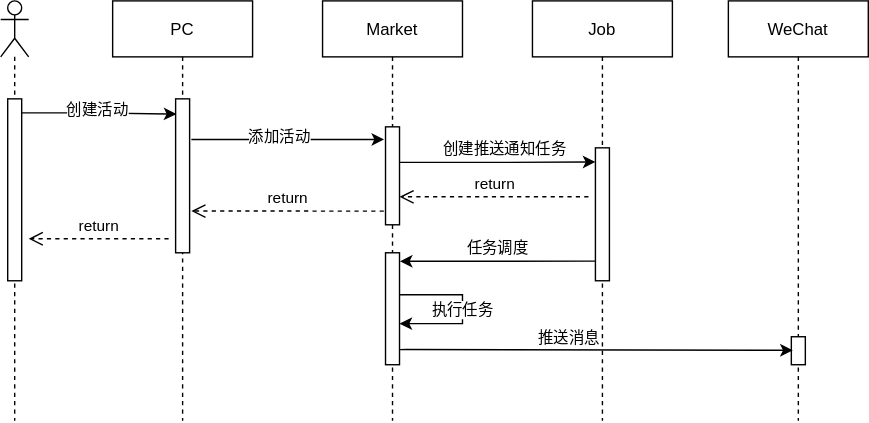
Before: Fission Activity.svg, a diagram exported from draw.io (jingwux/diagrams). Source tidied: cells renumbered, new cells last; positions are measured from the earlier drawing's top-left corner, leaving out a move shared by most shapes.
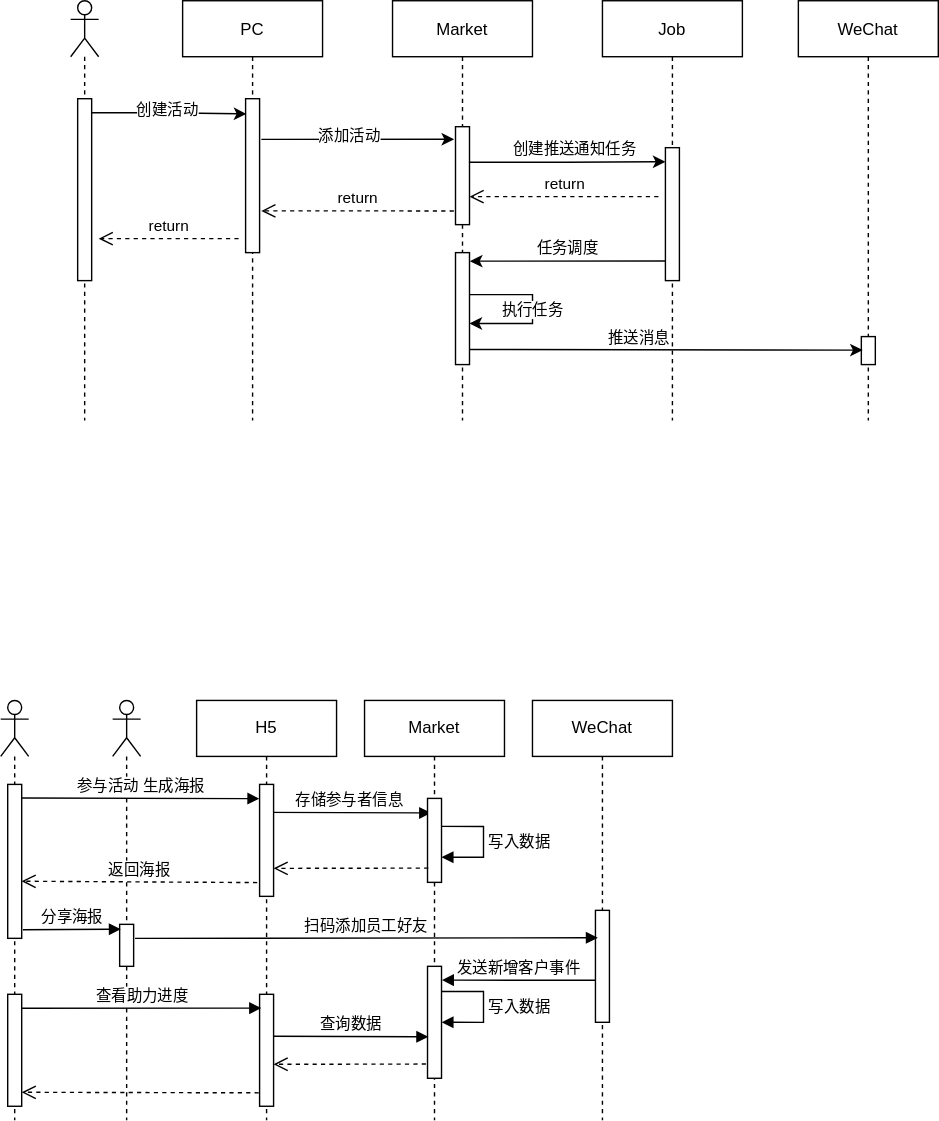
After the change.

Diff of the diagram source:
```diff
@@ -109,5 +109,113 @@
         <mxPoint x="20" y="170" as="targetPoint" />
       </mxGeometry>
     </mxCell>
+    <mxCell id="27" style="shape=umlLifeline;participant=umlActor;perimeter=lifelinePerimeter;whiteSpace=wrap;html=1;verticalAlign=top;spacingTop=36;" parent="1" vertex="1">
+      <mxGeometry x="30" y="500" width="20" height="300" as="geometry" />
+    </mxCell>
+    <mxCell id="28" style="html=1;points=[];perimeter=orthogonalPerimeter;" parent="27" vertex="1">
+      <mxGeometry x="5" y="160" width="10" height="30" as="geometry" />
+    </mxCell>
+    <mxCell id="29" value="H5" style="shape=umlLifeline;perimeter=lifelinePerimeter;whiteSpace=wrap;html=1;" parent="1" vertex="1">
+      <mxGeometry x="90" y="500" width="100" height="300" as="geometry" />
+    </mxCell>
+    <mxCell id="30" style="html=1;points=[];perimeter=orthogonalPerimeter;" parent="29" vertex="1">
+      <mxGeometry x="45" y="210" width="10" height="80" as="geometry" />
+    </mxCell>
+    <mxCell id="31" value="Market" style="shape=umlLifeline;perimeter=lifelinePerimeter;whiteSpace=wrap;html=1;outlineConnect=0;" parent="1" vertex="1">
+      <mxGeometry x="210" y="500" width="100" height="300" as="geometry" />
+    </mxCell>
+    <mxCell id="32" value="WeChat" style="shape=umlLifeline;perimeter=lifelinePerimeter;whiteSpace=wrap;html=1;" parent="1" vertex="1">
+      <mxGeometry x="330" y="500" width="100" height="300" as="geometry" />
+    </mxCell>
+    <mxCell id="33" style="shape=umlLifeline;participant=umlActor;perimeter=lifelinePerimeter;whiteSpace=wrap;html=1;verticalAlign=top;spacingTop=36;" parent="1" vertex="1">
+      <mxGeometry x="-50" y="500" width="20" height="300" as="geometry" />
+    </mxCell>
+    <mxCell id="34" style="html=1;perimeter=orthogonalPerimeter;" parent="33" vertex="1">
+      <mxGeometry x="5" y="210" width="10" height="80" as="geometry" />
+    </mxCell>
+    <mxCell id="35" value="存储参与者信息" style="html=1;verticalAlign=bottom;endArrow=block;entryX=0.476;entryY=0.268;entryDx=0;entryDy=0;entryPerimeter=0;" parent="1" edge="1" target="31">
+      <mxGeometry relative="1" as="geometry">
+        <mxPoint x="140" y="580" as="sourcePoint" />
+      </mxGeometry>
+    </mxCell>
+    <mxCell id="36" style="html=1;points=[];perimeter=orthogonalPerimeter;" parent="1" vertex="1">
+      <mxGeometry x="255" y="570" width="10" height="60" as="geometry" />
+    </mxCell>
+    <mxCell id="37" value="写入数据" style="edgeStyle=orthogonalEdgeStyle;html=1;align=left;spacingLeft=2;endArrow=block;rounded=0;" parent="1" edge="1">
+      <mxGeometry relative="1" as="geometry">
+        <mxPoint x="265" y="590" as="sourcePoint" />
+        <mxPoint x="265" y="612" as="targetPoint" />
+        <Array as="points">
+          <mxPoint x="295" y="590" />
+          <mxPoint x="295" y="612" />
+        </Array>
+      </mxGeometry>
+    </mxCell>
+    <mxCell id="38" style="html=1;points=[];perimeter=orthogonalPerimeter;" parent="1" vertex="1">
+      <mxGeometry x="135" y="560" width="10" height="80" as="geometry" />
+    </mxCell>
+    <mxCell id="39" style="html=1;verticalAlign=bottom;endArrow=open;dashed=1;endSize=8;exitX=0.055;exitY=0.83;exitDx=0;exitDy=0;exitPerimeter=0;" parent="1" edge="1" source="36">
+      <mxGeometry relative="1" as="geometry">
+        <mxPoint x="145" y="620" as="targetPoint" />
+      </mxGeometry>
+    </mxCell>
+    <mxCell id="40" style="html=1;points=[];perimeter=orthogonalPerimeter;" parent="1" vertex="1">
+      <mxGeometry x="-45" y="560" width="10" height="110" as="geometry" />
+    </mxCell>
+    <mxCell id="41" value="返回海报" style="html=1;verticalAlign=bottom;endArrow=open;dashed=1;endSize=8;exitX=-0.171;exitY=0.877;exitDx=0;exitDy=0;exitPerimeter=0;entryX=0.99;entryY=0.629;entryDx=0;entryDy=0;entryPerimeter=0;" parent="1" edge="1" source="38" target="40">
+      <mxGeometry relative="1" as="geometry" />
+    </mxCell>
+    <mxCell id="42" value="分享海报" style="html=1;verticalAlign=bottom;endArrow=block;exitX=1.086;exitY=0.944;exitDx=0;exitDy=0;exitPerimeter=0;entryX=0.086;entryY=0.115;entryDx=0;entryDy=0;entryPerimeter=0;" parent="1" edge="1" source="40" target="28">
+      <mxGeometry relative="1" as="geometry" />
+    </mxCell>
+    <mxCell id="43" value="参与活动 生成海报" style="html=1;verticalAlign=bottom;endArrow=block;entryX=-0.014;entryY=0.127;entryDx=0;entryDy=0;entryPerimeter=0;exitX=0.99;exitY=0.088;exitDx=0;exitDy=0;exitPerimeter=0;" parent="1" edge="1" source="40" target="38">
+      <mxGeometry relative="1" as="geometry" />
+    </mxCell>
+    <mxCell id="44" style="html=1;points=[];perimeter=orthogonalPerimeter;" parent="1" vertex="1">
+      <mxGeometry x="375" y="650" width="10" height="80" as="geometry" />
+    </mxCell>
+    <mxCell id="45" value="扫码添加员工好友" style="html=1;verticalAlign=bottom;endArrow=block;entryX=0.171;entryY=0.245;entryDx=0;entryDy=0;entryPerimeter=0;" parent="1" edge="1" target="44">
+      <mxGeometry relative="1" as="geometry">
+        <mxPoint x="46" y="670" as="sourcePoint" />
+      </mxGeometry>
+    </mxCell>
+    <mxCell id="46" style="html=1;points=[];perimeter=orthogonalPerimeter;" parent="1" vertex="1">
+      <mxGeometry x="255" y="690" width="10" height="80" as="geometry" />
+    </mxCell>
+    <mxCell id="47" value="发送新增客户事件" style="html=1;verticalAlign=bottom;endArrow=none;exitX=1.029;exitY=0.123;exitDx=0;exitDy=0;exitPerimeter=0;startArrow=block;startFill=1;endFill=0;" parent="1" edge="1" source="46">
+      <mxGeometry relative="1" as="geometry">
+        <mxPoint x="375" y="700" as="targetPoint" />
+      </mxGeometry>
+    </mxCell>
+    <mxCell id="48" value="写入数据" style="edgeStyle=orthogonalEdgeStyle;html=1;align=left;spacingLeft=2;endArrow=block;rounded=0;" parent="1" edge="1">
+      <mxGeometry relative="1" as="geometry">
+        <mxPoint x="265" y="708" as="sourcePoint" />
+        <mxPoint x="265" y="730" as="targetPoint" />
+        <Array as="points">
+          <mxPoint x="295" y="708" />
+          <mxPoint x="295" y="730" />
+        </Array>
+      </mxGeometry>
+    </mxCell>
+    <mxCell id="49" value="查看助力进度" style="html=1;verticalAlign=bottom;endArrow=block;entryX=0.114;entryY=0.123;entryDx=0;entryDy=0;entryPerimeter=0;" parent="1" edge="1" target="30">
+      <mxGeometry relative="1" as="geometry">
+        <mxPoint x="-35" y="720" as="sourcePoint" />
+      </mxGeometry>
+    </mxCell>
+    <mxCell id="50" value="查询数据" style="html=1;verticalAlign=bottom;endArrow=block;entryX=0.057;entryY=0.63;entryDx=0;entryDy=0;entryPerimeter=0;" parent="1" edge="1" target="46">
+      <mxGeometry relative="1" as="geometry">
+        <mxPoint x="145" y="740" as="sourcePoint" />
+      </mxGeometry>
+    </mxCell>
+    <mxCell id="51" style="html=1;verticalAlign=bottom;endArrow=open;dashed=1;endSize=8;exitX=-0.114;exitY=0.873;exitDx=0;exitDy=0;exitPerimeter=0;" parent="1" edge="1" source="46">
+      <mxGeometry relative="1" as="geometry">
+        <mxPoint x="145" y="760" as="targetPoint" />
+      </mxGeometry>
+    </mxCell>
+    <mxCell id="52" style="html=1;verticalAlign=bottom;endArrow=open;dashed=1;endSize=8;exitX=-0.057;exitY=0.88;exitDx=0;exitDy=0;exitPerimeter=0;" parent="1" edge="1" source="30">
+      <mxGeometry relative="1" as="geometry">
+        <mxPoint x="-35" y="780" as="targetPoint" />
+      </mxGeometry>
+    </mxCell>
   </root>
 </mxGraphModel>
```
